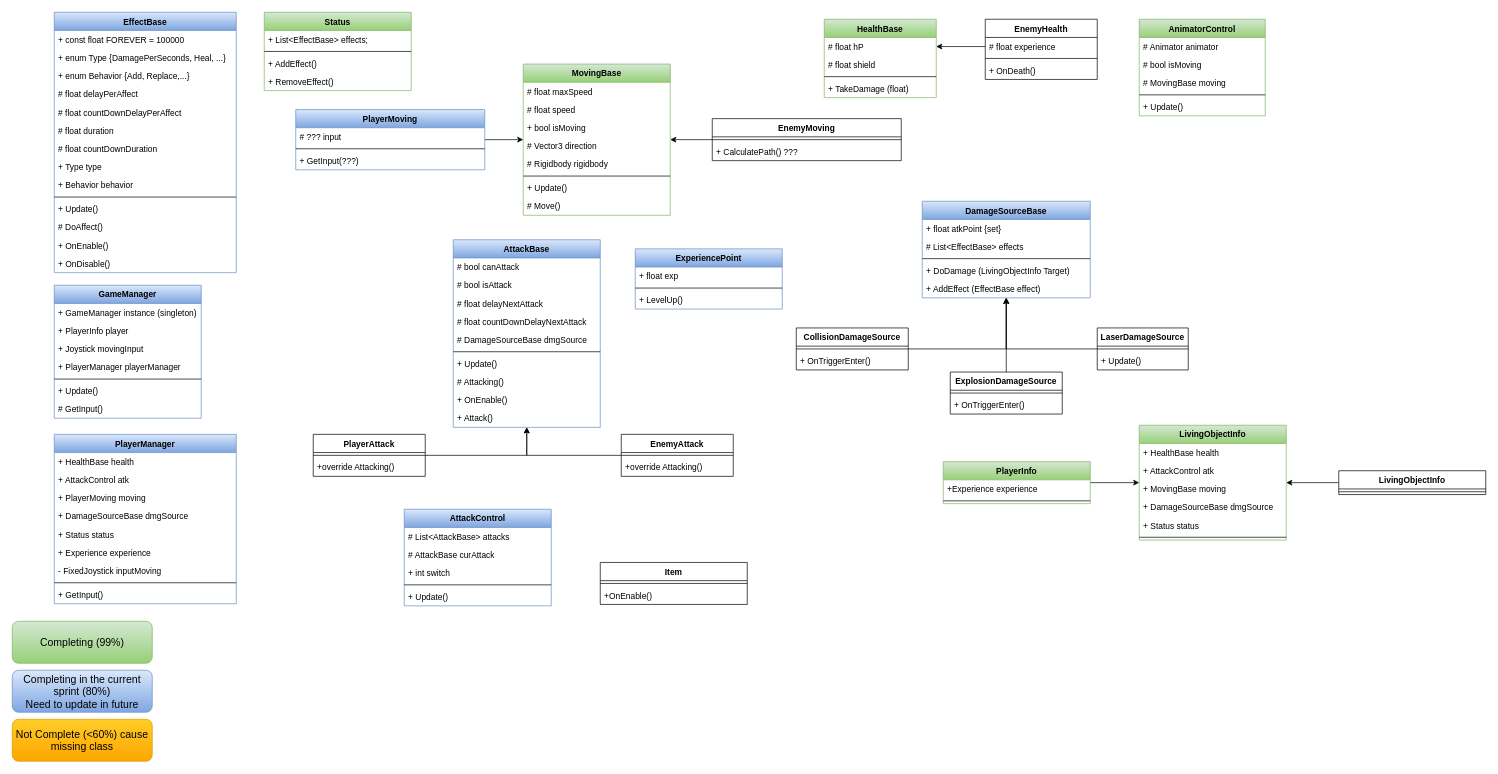
Before: ClassDiagram.drawio in hthang0308/unity_archero, a draw.io diagram. Source tidied: cells renumbered, new cells numbered last; positions are measured from the earlier drawing's top-left corner, leaving out a move shared by most shapes. Both pictures are drawn from the tidied source at 70%, with x=0, y=0 at pixel (12, 12).
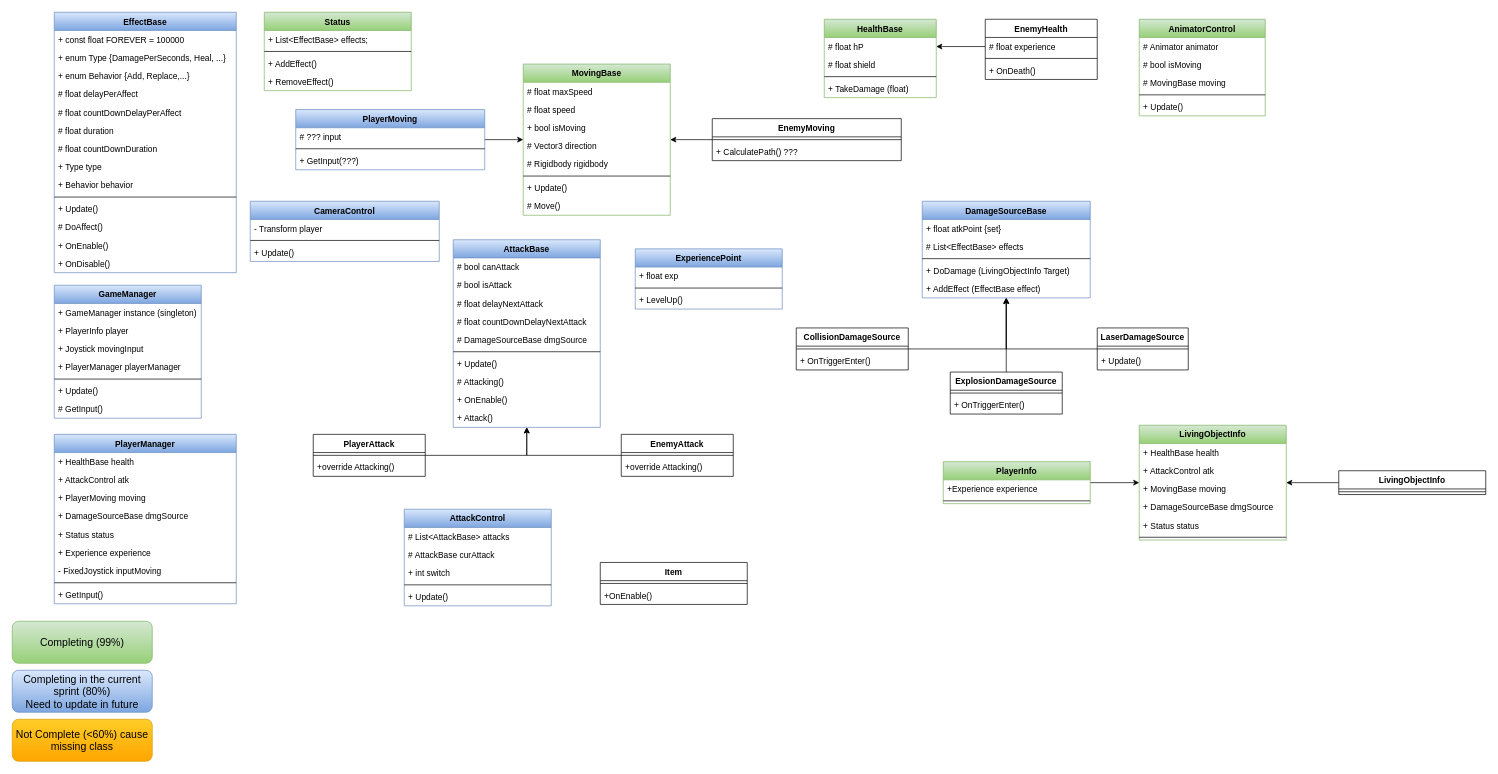
Above is the later version.

What changed in the source:
```diff
@@
+    <mxCell id="141" value="CameraControl" style="swimlane;fontStyle=1;align=center;verticalAlign=top;horizontal=1;startSize=26;gradientColor=#7ea6e0;fillColor=#dae8fc;strokeColor=#6c8ebf;" parent="1" vertex="1">
+      <mxGeometry x="340" y="270" width="270" height="86" as="geometry" />
+    </mxCell>
+    <mxCell id="142" value="- Transform player" style="text;strokeColor=none;fillColor=none;align=left;verticalAlign=top;spacingLeft=4;spacingRight=4;overflow=hidden;" parent="141" vertex="1">
+      <mxGeometry y="26" width="270" height="26" as="geometry" />
+    </mxCell>
+    <mxCell id="143" style="line;strokeWidth=1;fillColor=none;align=left;verticalAlign=middle;spacingTop=-1;spacingLeft=3;spacingRight=3;labelPosition=right;" parent="141" vertex="1">
+      <mxGeometry y="52" width="270" height="8" as="geometry" />
+    </mxCell>
+    <mxCell id="144" value="+ Update()" style="text;strokeColor=none;fillColor=none;align=left;verticalAlign=top;spacingLeft=4;spacingRight=4;overflow=hidden;" parent="141" vertex="1">
+      <mxGeometry y="60" width="270" height="26" as="geometry" />
+    </mxCell>
```
